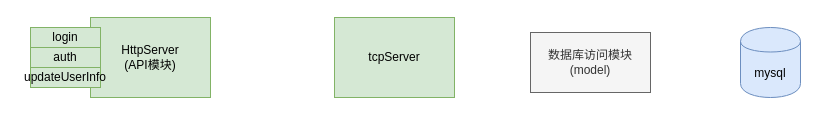
Earlier version of the draw.io diagram arch/arch.drawio (zhangchuhu/drawio). Source tidied: cells renumbered, new cells numbered last; positions are measured from the earlier drawing's top-left corner, leaving out a move shared by most shapes. Both pictures are drawn from the tidied source at 100%, with x=0, y=0 at pixel (30, 17).
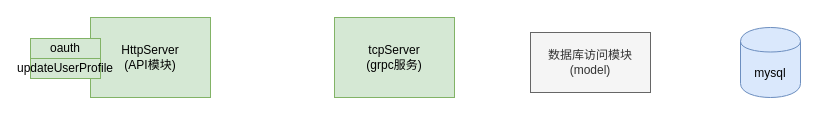
The same page after the edit.

Diff of the diagram source:
```diff
@@
 <mxGraphModel>
   <root>
     <mxCell id="0" />
     <mxCell id="1" parent="0" />
     <mxCell id="2" value="数据库访问模块(model)" style="rounded=0;whiteSpace=wrap;html=1;fillColor=#f5f5f5;strokeColor=#666666;fontColor=#333333;" parent="1" vertex="1">
       <mxGeometry x="500" y="15" width="120" height="60" as="geometry" />
     </mxCell>
     <mxCell id="3" value="mysql" style="shape=cylinder;whiteSpace=wrap;html=1;boundedLbl=1;backgroundOutline=1;fillColor=#dae8fc;strokeColor=#6c8ebf;" parent="1" vertex="1">
       <mxGeometry x="710" y="10" width="60" height="70" as="geometry" />
     </mxCell>
     <mxCell id="4" value="HttpServer&lt;br&gt;(API模块)" style="rounded=0;whiteSpace=wrap;html=1;fillColor=#d5e8d4;strokeColor=#82b366;" parent="1" vertex="1">
       <mxGeometry x="60" width="120" height="80" as="geometry" />
     </mxCell>
-    <mxCell id="5" value="login" style="rounded=0;whiteSpace=wrap;html=1;fillColor=#d5e8d4;strokeColor=#82b366;" parent="1" vertex="1">
-      <mxGeometry y="10" width="70" height="20" as="geometry" />
+    <mxCell id="5" value="oauth" style="rounded=0;whiteSpace=wrap;html=1;fillColor=#d5e8d4;strokeColor=#82b366;" parent="1" vertex="1">
+      <mxGeometry y="21" width="70" height="20" as="geometry" />
     </mxCell>
-    <mxCell id="6" value="auth" style="rounded=0;whiteSpace=wrap;html=1;fillColor=#d5e8d4;strokeColor=#82b366;" parent="1" vertex="1">
-      <mxGeometry y="30" width="70" height="20" as="geometry" />
+    <mxCell id="6" value="updateUserProfile" style="rounded=0;whiteSpace=wrap;html=1;fillColor=#d5e8d4;strokeColor=#82b366;" parent="1" vertex="1">
+      <mxGeometry y="41" width="70" height="20" as="geometry" />
     </mxCell>
-    <mxCell id="7" value="updateUserInfo" style="rounded=0;whiteSpace=wrap;html=1;fillColor=#d5e8d4;strokeColor=#82b366;" parent="1" vertex="1">
-      <mxGeometry y="50" width="70" height="20" as="geometry" />
-    </mxCell>
-    <mxCell id="8" value="tcpServer" style="rounded=0;whiteSpace=wrap;html=1;fillColor=#d5e8d4;strokeColor=#82b366;" parent="1" vertex="1">
+    <mxCell id="8" value="tcpServer&lt;br&gt;(grpc服务)" style="rounded=0;whiteSpace=wrap;html=1;fillColor=#d5e8d4;strokeColor=#82b366;" parent="1" vertex="1">
       <mxGeometry x="304" width="120" height="80" as="geometry" />
     </mxCell>
   </root>
 </mxGraphModel>
```
